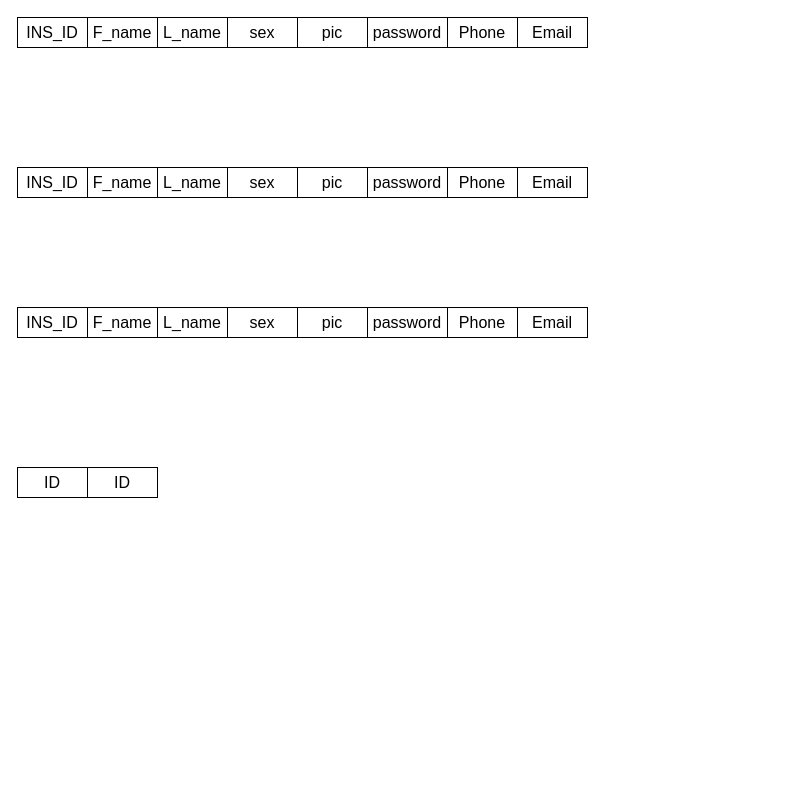
Nawaf9529/project-diagrams-1 keeps this draw.io diagram as relational_schema.drawio. Above is the earlier version. Source tidied: cells renumbered, new cells numbered last; positions are measured from the earlier drawing's top-left corner, leaving out a move shared by most shapes. Both pictures are drawn from the tidied source at 100%, with x=0, y=0 at pixel (17, 17).
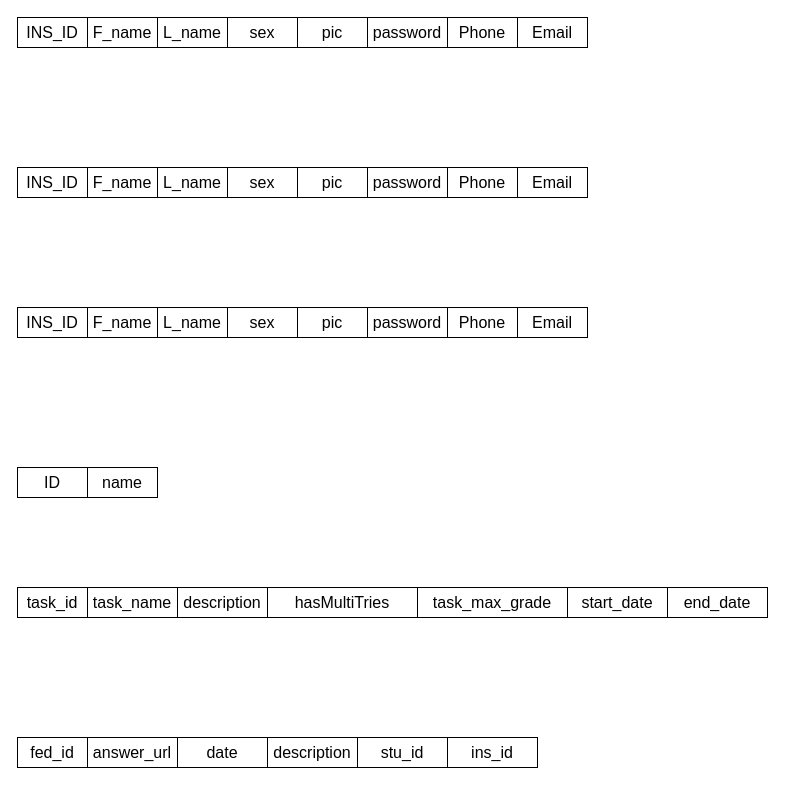
The same diagram, later.

The edit, as a diff of the source:
```diff
@@
-    <mxCell id="27" value="&lt;span style=&quot;font-size: 16px;&quot;&gt;ID&lt;/span&gt;" style="rounded=0;whiteSpace=wrap;html=1;" parent="1" vertex="1">
+    <mxCell id="27" value="&lt;span style=&quot;font-size: 16px;&quot;&gt;name&lt;/span&gt;" style="rounded=0;whiteSpace=wrap;html=1;" parent="1" vertex="1">
       <mxGeometry x="70" y="450" width="70" height="30" as="geometry" />
     </mxCell>
+    <mxCell id="28" value="&lt;span style=&quot;font-size: 16px;&quot;&gt;task_name&lt;/span&gt;" style="rounded=0;whiteSpace=wrap;html=1;" parent="1" vertex="1">
+      <mxGeometry x="70" y="570" width="90" height="30" as="geometry" />
+    </mxCell>
+    <mxCell id="29" value="&lt;span style=&quot;font-size: 16px;&quot;&gt;task_id&lt;/span&gt;" style="rounded=0;whiteSpace=wrap;html=1;" parent="1" vertex="1">
+      <mxGeometry y="570" width="70" height="30" as="geometry" />
+    </mxCell>
+    <mxCell id="30" value="&lt;span style=&quot;font-size: 16px;&quot;&gt;description&lt;/span&gt;" style="rounded=0;whiteSpace=wrap;html=1;" parent="1" vertex="1">
+      <mxGeometry x="160" y="570" width="90" height="30" as="geometry" />
+    </mxCell>
+    <mxCell id="31" value="&lt;span style=&quot;font-size: 16px;&quot;&gt;hasMultiTries&lt;/span&gt;" style="rounded=0;whiteSpace=wrap;html=1;" parent="1" vertex="1">
+      <mxGeometry x="250" y="570" width="150" height="30" as="geometry" />
+    </mxCell>
+    <mxCell id="32" value="&lt;span style=&quot;font-size: 16px;&quot;&gt;start_date&lt;/span&gt;" style="rounded=0;whiteSpace=wrap;html=1;" parent="1" vertex="1">
+      <mxGeometry x="550" y="570" width="100" height="30" as="geometry" />
+    </mxCell>
+    <mxCell id="33" value="&lt;span style=&quot;font-size: 16px;&quot;&gt;end_date&lt;/span&gt;" style="rounded=0;whiteSpace=wrap;html=1;" parent="1" vertex="1">
+      <mxGeometry x="650" y="570" width="100" height="30" as="geometry" />
+    </mxCell>
+    <mxCell id="34" value="&lt;span style=&quot;font-size: 16px;&quot;&gt;task_max_grade&lt;/span&gt;" style="rounded=0;whiteSpace=wrap;html=1;" parent="1" vertex="1">
+      <mxGeometry x="400" y="570" width="150" height="30" as="geometry" />
+    </mxCell>
+    <mxCell id="35" value="&lt;span style=&quot;font-size: 16px;&quot;&gt;answer_url&lt;/span&gt;" style="rounded=0;whiteSpace=wrap;html=1;" parent="1" vertex="1">
+      <mxGeometry x="70" y="720" width="90" height="30" as="geometry" />
+    </mxCell>
+    <mxCell id="36" value="&lt;span style=&quot;font-size: 16px;&quot;&gt;fed_id&lt;/span&gt;" style="rounded=0;whiteSpace=wrap;html=1;" parent="1" vertex="1">
+      <mxGeometry y="720" width="70" height="30" as="geometry" />
+    </mxCell>
+    <mxCell id="37" value="&lt;span style=&quot;font-size: 16px;&quot;&gt;date&lt;/span&gt;" style="rounded=0;whiteSpace=wrap;html=1;" parent="1" vertex="1">
+      <mxGeometry x="160" y="720" width="90" height="30" as="geometry" />
+    </mxCell>
+    <mxCell id="38" value="&lt;span style=&quot;font-size: 16px;&quot;&gt;description&lt;/span&gt;" style="rounded=0;whiteSpace=wrap;html=1;" parent="1" vertex="1">
+      <mxGeometry x="250" y="720" width="90" height="30" as="geometry" />
+    </mxCell>
+    <mxCell id="39" value="&lt;span style=&quot;font-size: 16px;&quot;&gt;stu_id&lt;/span&gt;" style="rounded=0;whiteSpace=wrap;html=1;" parent="1" vertex="1">
+      <mxGeometry x="340" y="720" width="90" height="30" as="geometry" />
+    </mxCell>
+    <mxCell id="40" value="&lt;span style=&quot;font-size: 16px;&quot;&gt;ins_id&lt;/span&gt;" style="rounded=0;whiteSpace=wrap;html=1;" parent="1" vertex="1">
+      <mxGeometry x="430" y="720" width="90" height="30" as="geometry" />
+    </mxCell>
```
